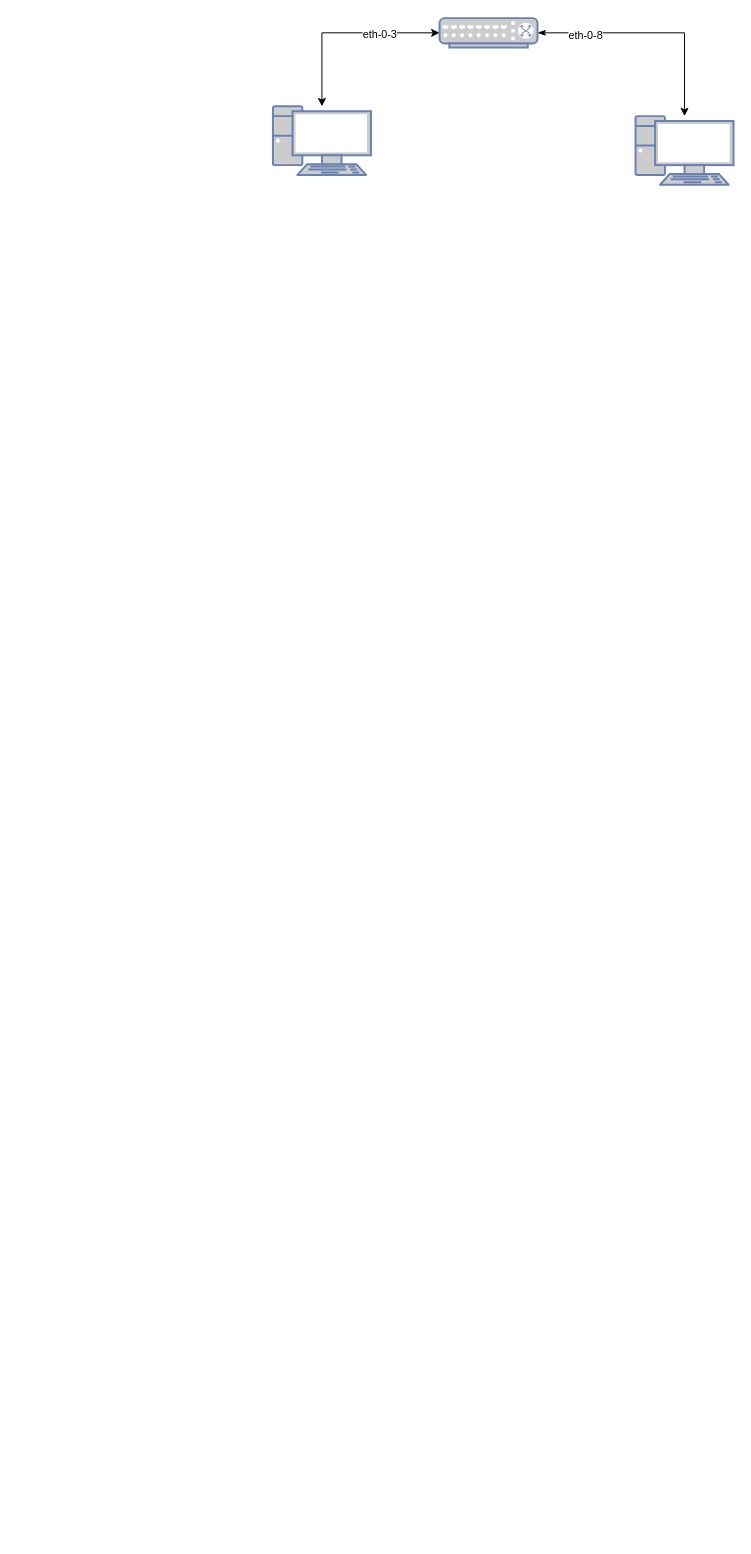
The draw.io diagram xpath.drawio in wdmlsx/xunjian, before the edit. Source tidied: cells renumbered, new cells numbered last; positions are measured from the earlier drawing's top-left corner, leaving out a move shared by most shapes. Both pictures are drawn from the tidied source at 98%, with x=0, y=0 at pixel (272, 18).
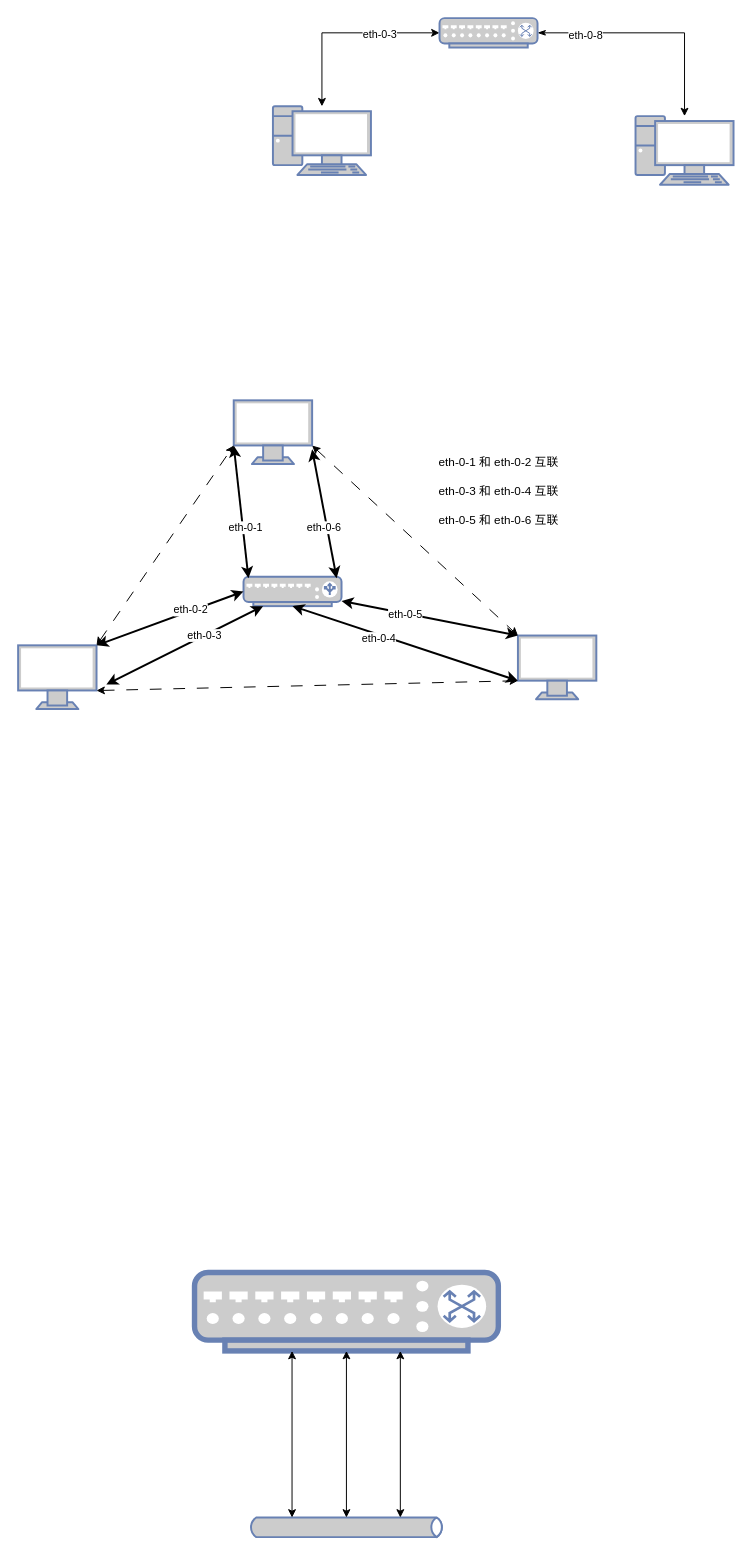
The same diagram, later.

Diff of the diagram source:
```diff
@@
+    <mxCell id="9" style="fontColor=#0066CC;verticalAlign=top;verticalLabelPosition=bottom;labelPosition=center;align=center;html=1;outlineConnect=0;fillColor=#CCCCCC;strokeColor=#6881B3;gradientColor=none;gradientDirection=north;strokeWidth=2;shape=mxgraph.networks.monitor;" parent="1" vertex="1">
+      <mxGeometry x="-40" y="390" width="80" height="65" as="geometry" />
+    </mxCell>
+    <mxCell id="10" style="fontColor=#0066CC;verticalAlign=top;verticalLabelPosition=bottom;labelPosition=center;align=center;html=1;outlineConnect=0;fillColor=#CCCCCC;strokeColor=#6881B3;gradientColor=none;gradientDirection=north;strokeWidth=2;shape=mxgraph.networks.monitor;" parent="1" vertex="1">
+      <mxGeometry x="250" y="630" width="80" height="65" as="geometry" />
+    </mxCell>
+    <mxCell id="11" style="fontColor=#0066CC;verticalAlign=top;verticalLabelPosition=bottom;labelPosition=center;align=center;html=1;outlineConnect=0;fillColor=#CCCCCC;strokeColor=#6881B3;gradientColor=none;gradientDirection=north;strokeWidth=2;shape=mxgraph.networks.monitor;" parent="1" vertex="1">
+      <mxGeometry x="-260" y="640" width="80" height="65" as="geometry" />
+    </mxCell>
+    <mxCell id="12" style="endArrow=classic;startArrow=classic;html=1;rounded=0;entryX=0;entryY=0.71;entryDx=0;entryDy=0;entryPerimeter=0;exitX=1;exitY=0;exitDx=0;exitDy=0;exitPerimeter=0;dashed=1;dashPattern=12 12;" parent="1" edge="1" source="11" target="9">
+      <mxGeometry relative="1" as="geometry" />
+    </mxCell>
+    <mxCell id="13" style="endArrow=classic;startArrow=classic;html=1;rounded=0;exitX=1;exitY=0.71;exitDx=0;exitDy=0;exitPerimeter=0;entryX=0;entryY=0;entryDx=0;entryDy=0;entryPerimeter=0;dashed=1;dashPattern=12 12;" parent="1" edge="1" source="9" target="10">
+      <mxGeometry relative="1" as="geometry" />
+    </mxCell>
+    <mxCell id="14" style="endArrow=classic;startArrow=classic;html=1;rounded=0;exitX=1;exitY=0.71;exitDx=0;exitDy=0;exitPerimeter=0;entryX=0;entryY=0.71;entryDx=0;entryDy=0;entryPerimeter=0;dashed=1;dashPattern=12 12;" parent="1" edge="1" source="11" target="10">
+      <mxGeometry relative="1" as="geometry" />
+    </mxCell>
+    <mxCell id="15" style="fontColor=#0066CC;verticalAlign=top;verticalLabelPosition=bottom;labelPosition=center;align=center;html=1;outlineConnect=0;fillColor=#CCCCCC;strokeColor=#6881B3;gradientColor=none;gradientDirection=north;strokeWidth=2;shape=mxgraph.networks.load_balancer;" parent="1" vertex="1">
+      <mxGeometry x="-30" y="570" width="100" height="30" as="geometry" />
+    </mxCell>
+    <mxCell id="16" style="endArrow=classic;html=1;strokeWidth=2;rounded=0;exitX=0.95;exitY=0.05;exitDx=0;exitDy=0;exitPerimeter=0;startArrow=classic;startFill=1;endFill=1;" parent="1" edge="1" source="15">
+      <mxGeometry relative="1" as="geometry">
+        <mxPoint x="40" y="440" as="targetPoint" />
+      </mxGeometry>
+    </mxCell>
+    <mxCell id="17" value="eth-0-6" style="edgeLabel;html=1;align=center;verticalAlign=middle;" parent="16" vertex="1">
+      <mxGeometry x="-0.19" y="3" relative="1" as="geometry" />
+    </mxCell>
+    <mxCell id="18" style="endArrow=classic;html=1;strokeWidth=2;rounded=0;startArrow=classic;startFill=1;endFill=1;entryX=0;entryY=0;entryDx=0;entryDy=0;entryPerimeter=0;" parent="1" edge="1" source="15" target="10">
+      <mxGeometry relative="1" as="geometry" />
+    </mxCell>
+    <mxCell id="19" value="eth-0-5" style="edgeLabel;html=1;align=center;verticalAlign=middle;" parent="18" vertex="1">
+      <mxGeometry x="-0.28" y="-1" relative="1" as="geometry" />
+    </mxCell>
+    <mxCell id="20" style="endArrow=classic;html=1;strokeWidth=2;rounded=0;startArrow=classic;startFill=1;endFill=1;" parent="1" edge="1" target="15">
+      <mxGeometry relative="1" as="geometry">
+        <mxPoint x="-170" y="680" as="sourcePoint" />
+      </mxGeometry>
+    </mxCell>
+    <mxCell id="21" value="eth-0-3" style="edgeLabel;html=1;align=center;verticalAlign=middle;" parent="20" vertex="1">
+      <mxGeometry x="0.25" y="1" relative="1" as="geometry" />
+    </mxCell>
+    <mxCell id="22" style="endArrow=classic;html=1;strokeWidth=2;rounded=0;exitX=0.5;exitY=1;exitDx=0;exitDy=0;exitPerimeter=0;entryX=0;entryY=0.71;entryDx=0;entryDy=0;entryPerimeter=0;startArrow=classic;startFill=1;endFill=1;" parent="1" edge="1" source="15" target="10">
+      <mxGeometry relative="1" as="geometry" />
+    </mxCell>
+    <mxCell id="23" value="eth-0-4" style="edgeLabel;html=1;align=center;verticalAlign=middle;" parent="22" vertex="1">
+      <mxGeometry x="-0.23" y="-3" relative="1" as="geometry" />
+    </mxCell>
+    <mxCell id="24" style="endArrow=classic;html=1;strokeWidth=2;rounded=0;entryX=0;entryY=0.71;entryDx=0;entryDy=0;entryPerimeter=0;exitX=0.05;exitY=0.05;exitDx=0;exitDy=0;exitPerimeter=0;startArrow=classic;startFill=1;endFill=1;" parent="1" edge="1" source="15" target="9">
+      <mxGeometry relative="1" as="geometry" />
+    </mxCell>
+    <mxCell id="25" value="eth-0-1" style="edgeLabel;html=1;align=center;verticalAlign=middle;" parent="24" vertex="1">
+      <mxGeometry x="-0.23" y="-1" relative="1" as="geometry">
+        <mxPoint x="1" as="offset" />
+      </mxGeometry>
+    </mxCell>
+    <mxCell id="26" style="endArrow=classic;html=1;strokeWidth=2;rounded=0;entryX=0;entryY=0.5;entryDx=0;entryDy=0;entryPerimeter=0;startArrow=classic;startFill=1;endFill=1;" parent="1" edge="1" target="15">
+      <mxGeometry relative="1" as="geometry">
+        <mxPoint x="-180" y="640" as="sourcePoint" />
+      </mxGeometry>
+    </mxCell>
+    <mxCell id="27" value="eth-0-2" style="edgeLabel;html=1;align=center;verticalAlign=middle;" parent="26" vertex="1">
+      <mxGeometry x="0.28" y="1" relative="1" as="geometry" />
+    </mxCell>
+    <mxCell id="28" value="eth-0-1 和 eth-0-2 互联" style="text;html=1;align=center;verticalAlign=middle;strokeColor=none;fillColor=none;" parent="1" vertex="1">
+      <mxGeometry x="155" y="438" width="150" height="30" as="geometry" />
+    </mxCell>
+    <mxCell id="29" value="eth-0-3 和 eth-0-4 互联" style="text;html=1;align=center;verticalAlign=middle;strokeColor=none;fillColor=none;" parent="1" vertex="1">
+      <mxGeometry x="155" y="468" width="150" height="30" as="geometry" />
+    </mxCell>
+    <mxCell id="30" value="eth-0-5 和 eth-0-6 互联" style="text;html=1;align=center;verticalAlign=middle;strokeColor=none;fillColor=none;" parent="1" vertex="1">
+      <mxGeometry x="155" y="498" width="150" height="30" as="geometry" />
+    </mxCell>
+    <mxCell id="31" style="fontColor=#0066CC;verticalAlign=top;verticalLabelPosition=bottom;labelPosition=center;align=center;html=1;outlineConnect=0;fillColor=#CCCCCC;strokeColor=#6881B3;gradientColor=none;gradientDirection=north;strokeWidth=2;shape=mxgraph.networks.switch;" parent="1" vertex="1">
+      <mxGeometry x="-80" y="1280" width="310" height="80" as="geometry" />
+    </mxCell>
+    <mxCell id="32" style="html=1;outlineConnect=0;fillColor=#CCCCCC;strokeColor=#6881B3;gradientColor=none;gradientDirection=north;strokeWidth=2;shape=mxgraph.networks.bus;gradientColor=none;gradientDirection=north;fontColor=#ffffff;perimeter=backbonePerimeter;backboneSize=20;" parent="1" vertex="1">
+      <mxGeometry x="-25" y="1530" width="200" height="20" as="geometry" />
+    </mxCell>
+    <mxCell id="33" style="endArrow=classic;startArrow=classic;html=1;rounded=0;" parent="1" edge="1" source="32" target="31">
+      <mxGeometry relative="1" as="geometry" />
+    </mxCell>
+    <mxCell id="34" style="endArrow=classic;startArrow=classic;html=1;rounded=0;" parent="1" edge="1">
+      <mxGeometry relative="1" as="geometry">
+        <mxPoint x="130" y="1530" as="sourcePoint" />
+        <mxPoint x="130" y="1360" as="targetPoint" />
+      </mxGeometry>
+    </mxCell>
+    <mxCell id="35" style="endArrow=classic;startArrow=classic;html=1;rounded=0;" parent="1" edge="1">
+      <mxGeometry relative="1" as="geometry">
+        <mxPoint x="19.5" y="1530" as="sourcePoint" />
+        <mxPoint x="19.5" y="1360" as="targetPoint" />
+      </mxGeometry>
+    </mxCell>
```
